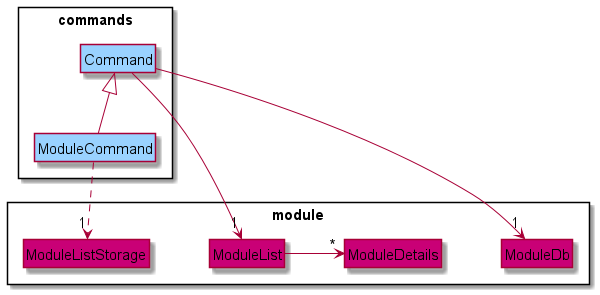
This is docs/assets/images/ModuleClassDiagram.png from shyamgj1900/tp, a PlantUML export, as it was before one commit.
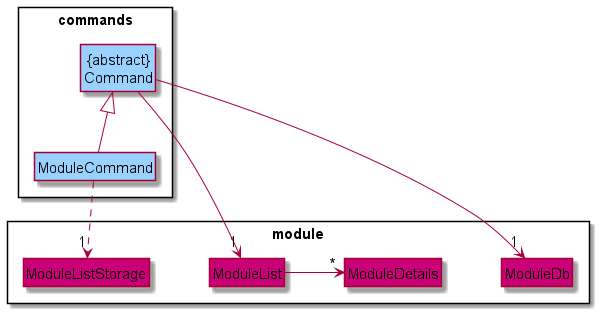
The same diagram one commit later.

Commit message:
Make Command class abstract in module component diagram

Change to the diagram source:
```diff
@@ -15,14 +15,14 @@
 }
 
 package commands <<Rectangle>> {
-    class Command COMMANDS_COLOR
+    class "ABSTRACT\nCommand" COMMANDS_COLOR
     class ModuleCommand COMMANDS_COLOR
 }
 
 
-Command ^-- ModuleCommand
-Command --> "1" ModuleDb
+"ABSTRACT\nCommand" ^-- ModuleCommand
+"ABSTRACT\nCommand" --> "1" ModuleDb
 ModuleCommand ..> "1" ModuleListStorage
-Command -> "1" ModuleList
+"ABSTRACT\nCommand" -> "1" ModuleList
 ModuleList -> "*" ModuleDetails
 @enduml
```
